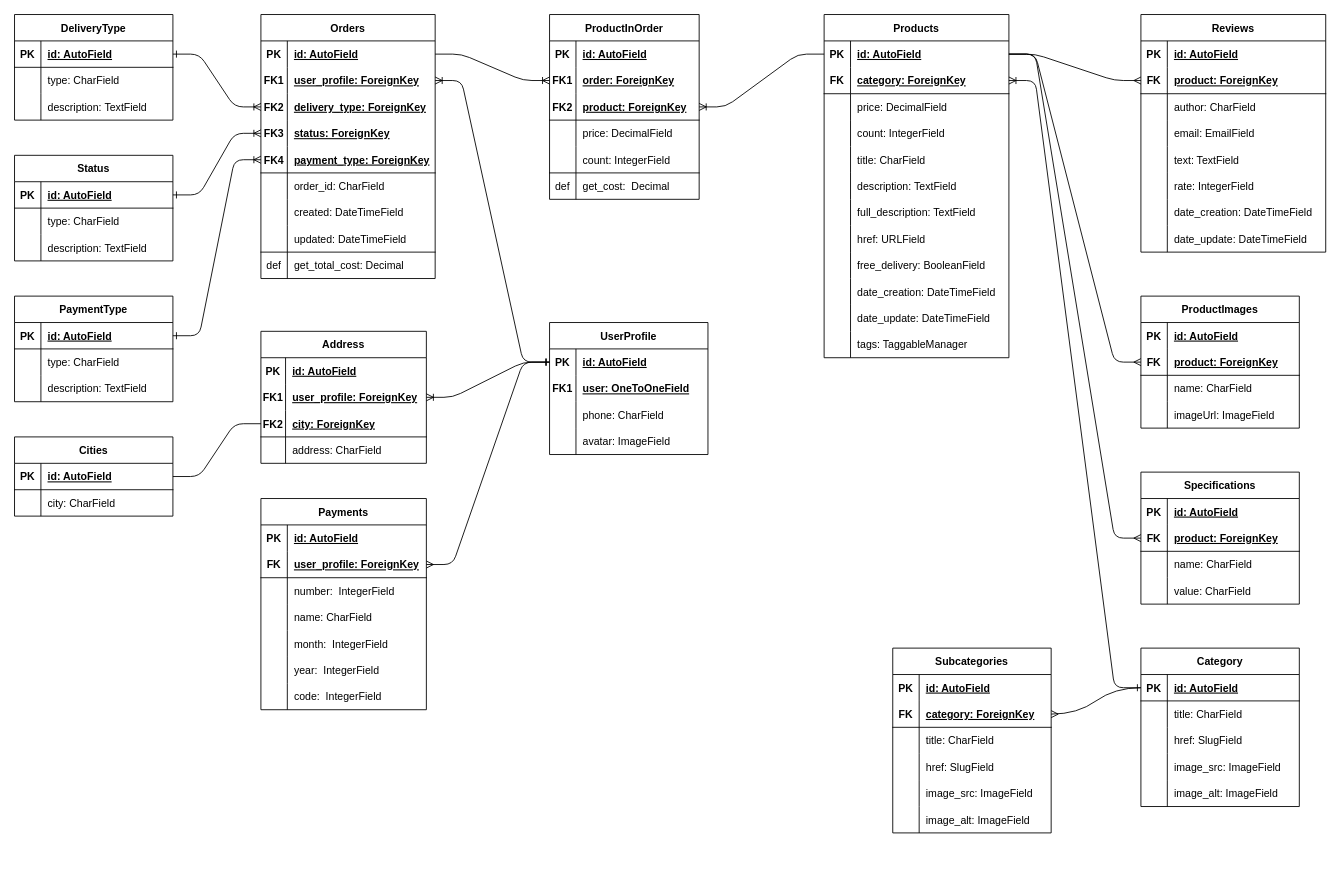
Earlier version of the draw.io diagram diploma_backend/Структура/структура БД.drawio (AlexMuller45/Django_REST_API_for_Shop). Source tidied: cells renumbered, new cells numbered last; positions are measured from the earlier drawing's top-left corner, leaving out a move shared by most shapes. Both pictures are drawn from the tidied source at 88%, with x=0, y=0 at pixel (14, 14).
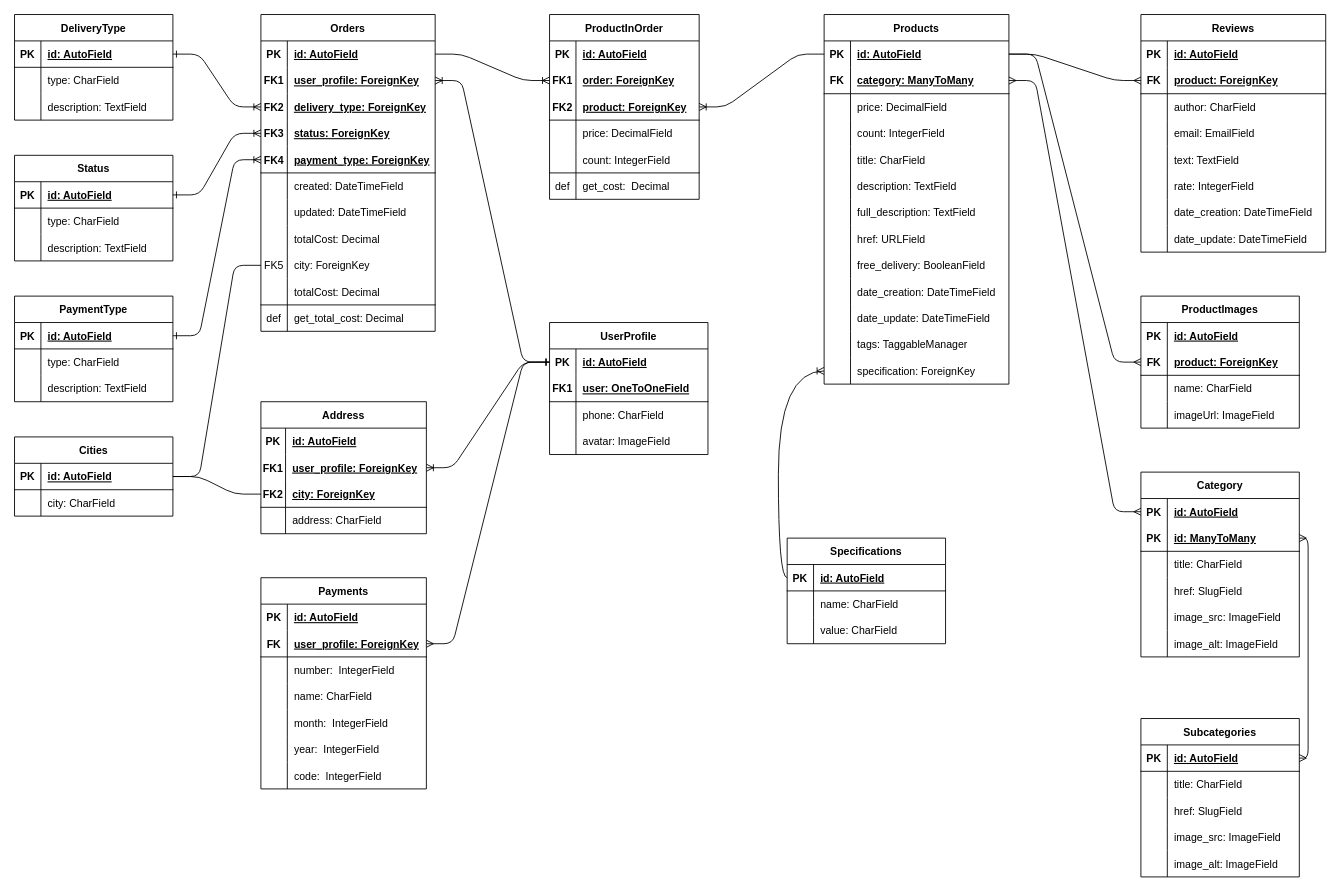
Above is the later version.

The change refers to these unchanged cells:
```xml
<mxCell id="38" style="shape=tableRow;horizontal=0;startSize=0;swimlaneHead=0;swimlaneBody=0;fillColor=none;points=[[0,0.5],[1,0.5]];portConstraint=eastwest;top=0;left=0;right=0;bottom=0;rounded=0;" parent="37" vertex="1">
  <mxGeometry y="30" width="210" height="30" as="geometry" />
</mxCell>
<mxCell id="41" style="shape=tableRow;horizontal=0;startSize=0;swimlaneHead=0;swimlaneBody=0;fillColor=none;points=[[0,0.5],[1,0.5]];portConstraint=eastwest;top=0;left=0;right=0;bottom=1;rounded=0;" parent="37" vertex="1">
  <mxGeometry y="60" width="210" height="30" as="geometry" />
</mxCell>
<mxCell id="212" value="UserProfile" style="shape=table;startSize=30;childLayout=tableLayout;rowLines=0;fontStyle=1;align=center;" parent="1" vertex="1">
  <mxGeometry x="608" y="350" width="180" height="150" as="geometry" />
</mxCell>
<mxCell id="241" style="shape=tableRow;horizontal=0;startSize=0;swimlaneHead=0;swimlaneBody=0;fillColor=none;points=[[0,0.5],[1,0.5]];portConstraint=eastwest;top=0;left=0;right=0;bottom=1;" parent="240" vertex="1">
  <mxGeometry y="30" width="180" height="30" as="geometry" />
</mxCell>
```

Diff of the diagram source:
```diff
@@
     <mxCell id="2" value="Category" style="shape=table;startSize=30;childLayout=tableLayout;rowLines=0;fontStyle=1;align=center;rounded=0;" parent="1" vertex="1">
-      <mxGeometry x="1280" y="720" width="180" height="180" as="geometry" />
+      <mxGeometry x="1280" y="520" width="180" height="210" as="geometry" />
     </mxCell>
-    <mxCell id="3" style="shape=tableRow;horizontal=0;startSize=0;swimlaneHead=0;swimlaneBody=0;fillColor=none;points=[[0,0.5],[1,0.5]];portConstraint=eastwest;top=0;left=0;right=0;bottom=1;rounded=0;" parent="2" vertex="1">
+    <mxCell id="3" style="shape=tableRow;horizontal=0;startSize=0;swimlaneHead=0;swimlaneBody=0;fillColor=none;points=[[0,0.5],[1,0.5]];portConstraint=eastwest;top=0;left=0;right=0;bottom=0;rounded=0;" parent="2" vertex="1">
       <mxGeometry y="30" width="180" height="30" as="geometry" />
     </mxCell>
@@
+    <mxCell id="22" style="shape=tableRow;horizontal=0;startSize=0;swimlaneHead=0;swimlaneBody=0;fillColor=none;points=[[0,0.5],[1,0.5]];portConstraint=eastwest;top=0;left=0;right=0;bottom=1;rounded=0;" parent="2" vertex="1">
+      <mxGeometry y="60" width="180" height="30" as="geometry" />
+    </mxCell>
+    <mxCell id="271" value="PK" style="shape=partialRectangle;fillColor=none;top=0;left=0;bottom=0;right=0;fontStyle=1;overflow=hidden;rounded=0;" parent="22" vertex="1">
+      <mxGeometry width="30" height="30" as="geometry" />
+    </mxCell>
+    <mxCell id="272" value="id: ManyToMany" style="shape=partialRectangle;fillColor=none;top=0;left=0;bottom=0;right=0;align=left;spacingLeft=6;fontStyle=5;overflow=hidden;rounded=0;" parent="22" vertex="1">
+      <mxGeometry x="30" width="150" height="30" as="geometry" />
+    </mxCell>
     <mxCell id="6" style="shape=tableRow;horizontal=0;startSize=0;swimlaneHead=0;swimlaneBody=0;fillColor=none;top=0;left=0;right=0;bottom=0;rounded=0;" parent="2" vertex="1">
-      <mxGeometry y="60" width="180" height="30" as="geometry" />
+      <mxGeometry y="90" width="180" height="30" as="geometry" />
     </mxCell>
@@
     <mxCell id="9" style="shape=tableRow;horizontal=0;startSize=0;swimlaneHead=0;swimlaneBody=0;fillColor=none;top=0;left=0;right=0;bottom=0;rounded=0;" parent="2" vertex="1">
-      <mxGeometry y="90" width="180" height="30" as="geometry" />
+      <mxGeometry y="120" width="180" height="30" as="geometry" />
     </mxCell>
@@
     <mxCell id="12" style="shape=tableRow;horizontal=0;startSize=0;swimlaneHead=0;swimlaneBody=0;fillColor=none;top=0;left=0;right=0;bottom=0;rounded=0;" parent="2" vertex="1">
-      <mxGeometry y="120" width="180" height="30" as="geometry" />
+      <mxGeometry y="150" width="180" height="30" as="geometry" />
     </mxCell>
@@
     <mxCell id="15" style="shape=tableRow;horizontal=0;startSize=0;swimlaneHead=0;swimlaneBody=0;fillColor=none;top=0;left=0;right=0;bottom=0;rounded=0;" parent="2" vertex="1">
-      <mxGeometry y="150" width="180" height="30" as="geometry" />
+      <mxGeometry y="180" width="180" height="30" as="geometry" />
     </mxCell>
@@
     <mxCell id="18" value="Subcategories" style="shape=table;startSize=30;childLayout=tableLayout;rowLines=0;fontStyle=1;align=center;rounded=0;" parent="1" vertex="1">
-      <mxGeometry x="998" y="720" width="180" height="210" as="geometry" />
+      <mxGeometry x="1280" y="800" width="180" height="180" as="geometry" />
     </mxCell>
-    <mxCell id="19" style="shape=tableRow;horizontal=0;startSize=0;swimlaneHead=0;swimlaneBody=0;fillColor=none;points=[[0,0.5],[1,0.5]];portConstraint=eastwest;top=0;left=0;right=0;bottom=0;rounded=0;" parent="18" vertex="1">
+    <mxCell id="19" style="shape=tableRow;horizontal=0;startSize=0;swimlaneHead=0;swimlaneBody=0;fillColor=none;points=[[0,0.5],[1,0.5]];portConstraint=eastwest;top=0;left=0;right=0;bottom=1;rounded=0;" parent="18" vertex="1">
       <mxGeometry y="30" width="180" height="30" as="geometry" />
     </mxCell>
@@
-    <mxCell id="22" style="shape=tableRow;horizontal=0;startSize=0;swimlaneHead=0;swimlaneBody=0;fillColor=none;points=[[0,0.5],[1,0.5]];portConstraint=eastwest;top=0;left=0;right=0;bottom=1;rounded=0;" parent="18" vertex="1">
-      <mxGeometry y="60" width="180" height="30" as="geometry" />
-    </mxCell>
-    <mxCell id="23" value="FK" style="shape=partialRectangle;fillColor=none;top=0;left=0;bottom=0;right=0;fontStyle=1;overflow=hidden;rounded=0;" parent="22" vertex="1">
-      <mxGeometry width="30" height="30" as="geometry" />
-    </mxCell>
-    <mxCell id="24" value="category: ForeignKey" style="shape=partialRectangle;fillColor=none;top=0;left=0;bottom=0;right=0;align=left;spacingLeft=6;fontStyle=5;overflow=hidden;rounded=0;" parent="22" vertex="1">
-      <mxGeometry x="30" width="150" height="30" as="geometry" />
-    </mxCell>
     <mxCell id="25" style="shape=tableRow;horizontal=0;startSize=0;swimlaneHead=0;swimlaneBody=0;fillColor=none;top=0;left=0;right=0;bottom=0;rounded=0;" parent="18" vertex="1">
-      <mxGeometry y="90" width="180" height="30" as="geometry" />
+      <mxGeometry y="60" width="180" height="30" as="geometry" />
     </mxCell>
@@
     <mxCell id="28" style="shape=tableRow;horizontal=0;startSize=0;swimlaneHead=0;swimlaneBody=0;fillColor=none;top=0;left=0;right=0;bottom=0;rounded=0;" parent="18" vertex="1">
-      <mxGeometry y="120" width="180" height="30" as="geometry" />
+      <mxGeometry y="90" width="180" height="30" as="geometry" />
     </mxCell>
@@
     <mxCell id="31" style="shape=tableRow;horizontal=0;startSize=0;swimlaneHead=0;swimlaneBody=0;fillColor=none;top=0;left=0;right=0;bottom=0;rounded=0;" parent="18" vertex="1">
-      <mxGeometry y="150" width="180" height="30" as="geometry" />
+      <mxGeometry y="120" width="180" height="30" as="geometry" />
     </mxCell>
@@
     <mxCell id="34" style="shape=tableRow;horizontal=0;startSize=0;swimlaneHead=0;swimlaneBody=0;fillColor=none;top=0;left=0;right=0;bottom=0;rounded=0;" parent="18" vertex="1">
-      <mxGeometry y="180" width="180" height="30" as="geometry" />
+      <mxGeometry y="150" width="180" height="30" as="geometry" />
     </mxCell>
@@
     <mxCell id="37" value="Products" style="shape=table;startSize=30;childLayout=tableLayout;rowLines=0;fontStyle=1;align=center;rounded=0;" parent="1" vertex="1">
-      <mxGeometry x="920" width="210" height="390" as="geometry" />
+      <mxGeometry x="920" width="210" height="420" as="geometry" />
     </mxCell>
@@
-    <mxCell id="43" value="category: ForeignKey" style="shape=partialRectangle;fillColor=none;top=0;left=0;bottom=0;right=0;align=left;spacingLeft=6;fontStyle=5;overflow=hidden;rounded=0;" parent="41" vertex="1">
+    <mxCell id="43" value="category: ManyToMany" style="shape=partialRectangle;fillColor=none;top=0;left=0;bottom=0;right=0;align=left;spacingLeft=6;fontStyle=5;overflow=hidden;rounded=0;" parent="41" vertex="1">
       <mxGeometry x="30" width="180" height="30" as="geometry" />
     </mxCell>
@@
+    <mxCell id="273" style="shape=tableRow;horizontal=0;startSize=0;swimlaneHead=0;swimlaneBody=0;fillColor=none;points=[[0,0.5],[1,0.5]];portConstraint=eastwest;top=0;left=0;right=0;bottom=0;rounded=0;" parent="37" vertex="1">
+      <mxGeometry y="390" width="210" height="30" as="geometry" />
+    </mxCell>
+    <mxCell id="274" style="shape=partialRectangle;fillColor=none;top=0;left=0;bottom=0;right=0;overflow=hidden;rounded=0;" parent="273" vertex="1">
+      <mxGeometry width="30" height="30" as="geometry" />
+    </mxCell>
+    <mxCell id="275" value="specification: ForeignKey" style="shape=partialRectangle;fillColor=none;top=0;left=0;bottom=0;right=0;align=left;spacingLeft=6;overflow=hidden;rounded=0;" parent="273" vertex="1">
+      <mxGeometry x="30" width="180" height="30" as="geometry" />
+    </mxCell>
-    <mxCell id="74" style="edgeStyle=entityRelationEdgeStyle;fontSize=12;html=1;endArrow=ERoneToMany;entryX=1;entryY=0.5;entryDx=0;entryDy=0;exitX=0;exitY=0.5;exitDx=0;exitDy=0;rounded=1;startArrow=ERone;startFill=0;" parent="1" edge="1" source="3" target="41">
+    <mxCell id="74" style="edgeStyle=entityRelationEdgeStyle;fontSize=12;html=1;endArrow=ERmany;entryX=1;entryY=0.5;entryDx=0;entryDy=0;exitX=0;exitY=0.5;exitDx=0;exitDy=0;rounded=1;startArrow=ERmany;startFill=0;endFill=0;elbow=vertical;" parent="1" edge="1" source="3" target="41">
       <mxGeometry relative="1" as="geometry" />
     </mxCell>
-    <mxCell id="75" style="edgeStyle=entityRelationEdgeStyle;fontSize=12;html=1;endArrow=ERmany;entryX=1;entryY=0.5;entryDx=0;entryDy=0;exitX=0;exitY=0.5;exitDx=0;exitDy=0;curved=1;endFill=0;" parent="1" edge="1" source="3" target="22">
+    <mxCell id="75" style="fontSize=12;html=1;endArrow=ERmany;endFill=0;exitX=1;exitY=0.5;exitDx=0;exitDy=0;edgeStyle=orthogonalEdgeStyle;entryX=1;entryY=0.5;entryDx=0;entryDy=0;startArrow=ERmany;startFill=0;" parent="1" edge="1" source="22" target="19">
       <mxGeometry relative="1" as="geometry" />
     </mxCell>
@@
     <mxCell id="90" value="Specifications" style="shape=table;startSize=30;childLayout=tableLayout;rowLines=0;fontStyle=1;align=center;" parent="1" vertex="1">
-      <mxGeometry x="1280" y="520" width="180" height="150" as="geometry" />
+      <mxGeometry x="878" y="595" width="180" height="120" as="geometry" />
     </mxCell>
-    <mxCell id="91" style="shape=tableRow;horizontal=0;startSize=0;swimlaneHead=0;swimlaneBody=0;fillColor=none;points=[[0,0.5],[1,0.5]];portConstraint=eastwest;top=0;left=0;right=0;bottom=0;" parent="90" vertex="1">
+    <mxCell id="91" style="shape=tableRow;horizontal=0;startSize=0;swimlaneHead=0;swimlaneBody=0;fillColor=none;points=[[0,0.5],[1,0.5]];portConstraint=eastwest;top=0;left=0;right=0;bottom=1;" parent="90" vertex="1">
       <mxGeometry y="30" width="180" height="30" as="geometry" />
     </mxCell>
@@
-    <mxCell id="94" style="shape=tableRow;horizontal=0;startSize=0;swimlaneHead=0;swimlaneBody=0;fillColor=none;top=0;left=0;right=0;bottom=1;" parent="90" vertex="1">
-      <mxGeometry y="60" width="180" height="30" as="geometry" />
-    </mxCell>
-    <mxCell id="95" value="FK" style="shape=partialRectangle;fillColor=none;top=0;left=0;bottom=0;right=0;fontStyle=1;overflow=hidden;" parent="94" vertex="1">
-      <mxGeometry width="30" height="30" as="geometry" />
-    </mxCell>
-    <mxCell id="96" value="product: ForeignKey" style="shape=partialRectangle;fillColor=none;top=0;left=0;bottom=0;right=0;align=left;spacingLeft=6;fontStyle=5;overflow=hidden;" parent="94" vertex="1">
-      <mxGeometry x="30" width="150" height="30" as="geometry" />
-    </mxCell>
     <mxCell id="97" style="shape=tableRow;horizontal=0;startSize=0;swimlaneHead=0;swimlaneBody=0;fillColor=none;top=0;left=0;right=0;bottom=0;" parent="90" vertex="1">
-      <mxGeometry y="90" width="180" height="30" as="geometry" />
+      <mxGeometry y="60" width="180" height="30" as="geometry" />
     </mxCell>
@@
     <mxCell id="100" style="shape=tableRow;horizontal=0;startSize=0;swimlaneHead=0;swimlaneBody=0;fillColor=none;top=0;left=0;right=0;bottom=0;" parent="90" vertex="1">
-      <mxGeometry y="120" width="180" height="30" as="geometry" />
+      <mxGeometry y="90" width="180" height="30" as="geometry" />
     </mxCell>
@@
-    <mxCell id="103" style="edgeStyle=entityRelationEdgeStyle;fontSize=12;html=1;endArrow=ERmany;exitX=1;exitY=0.5;exitDx=0;exitDy=0;rounded=1;endFill=0;" parent="1" edge="1" source="38">
-      <mxGeometry relative="1" as="geometry">
-        <mxPoint x="1280" y="595" as="targetPoint" />
-      </mxGeometry>
-    </mxCell>
@@
     <mxCell id="150" value="Orders" style="shape=table;startSize=30;childLayout=tableLayout;rowLines=0;fontStyle=1;align=center;" parent="1" vertex="1">
-      <mxGeometry x="280" width="198" height="300" as="geometry" />
+      <mxGeometry x="280" width="198" height="360" as="geometry" />
     </mxCell>
@@
-    <mxCell id="166" style="shape=tableRow;horizontal=0;startSize=0;swimlaneHead=0;swimlaneBody=0;fillColor=none;top=0;left=0;right=0;bottom=0;" parent="150" vertex="1">
-      <mxGeometry y="180" width="198" height="30" as="geometry" />
-    </mxCell>
-    <mxCell id="167" style="shape=partialRectangle;fillColor=none;top=0;left=0;bottom=0;right=0;overflow=hidden;" parent="166" vertex="1">
-      <mxGeometry width="30" height="30" as="geometry" />
-    </mxCell>
-    <mxCell id="168" value="order_id: CharField" style="shape=partialRectangle;fillColor=none;top=0;left=0;bottom=0;right=0;align=left;spacingLeft=6;overflow=hidden;" parent="166" vertex="1">
-      <mxGeometry x="30" width="168" height="30" as="geometry" />
-    </mxCell>
     <mxCell id="169" style="shape=tableRow;horizontal=0;startSize=0;swimlaneHead=0;swimlaneBody=0;fillColor=none;top=0;left=0;right=0;bottom=0;" parent="150" vertex="1">
-      <mxGeometry y="210" width="198" height="30" as="geometry" />
+      <mxGeometry y="180" width="198" height="30" as="geometry" />
     </mxCell>
@@
-    <mxCell id="172" style="shape=tableRow;horizontal=0;startSize=0;swimlaneHead=0;swimlaneBody=0;fillColor=none;top=0;left=0;right=0;bottom=1;" parent="150" vertex="1">
-      <mxGeometry y="240" width="198" height="30" as="geometry" />
+    <mxCell id="172" style="shape=tableRow;horizontal=0;startSize=0;swimlaneHead=0;swimlaneBody=0;fillColor=none;top=0;left=0;right=0;bottom=0;" parent="150" vertex="1">
+      <mxGeometry y="210" width="198" height="30" as="geometry" />
     </mxCell>
@@
+    <mxCell id="276" style="shape=tableRow;horizontal=0;startSize=0;swimlaneHead=0;swimlaneBody=0;fillColor=none;top=0;left=0;right=0;bottom=0;" parent="150" vertex="1">
+      <mxGeometry y="240" width="198" height="30" as="geometry" />
+    </mxCell>
+    <mxCell id="277" style="shape=partialRectangle;fillColor=none;top=0;left=0;bottom=0;right=0;overflow=hidden;" parent="276" vertex="1">
+      <mxGeometry width="30" height="30" as="geometry" />
+    </mxCell>
+    <mxCell id="278" value="totalCost: Decimal " style="shape=partialRectangle;fillColor=none;top=0;left=0;bottom=0;right=0;align=left;spacingLeft=6;overflow=hidden;" parent="276" vertex="1">
+      <mxGeometry x="30" width="168" height="30" as="geometry" />
+    </mxCell>
+    <mxCell id="279" style="shape=tableRow;horizontal=0;startSize=0;swimlaneHead=0;swimlaneBody=0;fillColor=none;points=[[0,0.5],[1,0.5]];portConstraint=eastwest;top=0;left=0;right=0;bottom=0;" parent="150" vertex="1">
+      <mxGeometry y="270" width="198" height="30" as="geometry" />
+    </mxCell>
+    <mxCell id="280" value="FK5" style="shape=partialRectangle;fillColor=none;top=0;left=0;bottom=0;right=0;overflow=hidden;" parent="279" vertex="1">
+      <mxGeometry width="30" height="30" as="geometry" />
+    </mxCell>
+    <mxCell id="281" value="city: ForeignKey" style="shape=partialRectangle;fillColor=none;top=0;left=0;bottom=0;right=0;align=left;spacingLeft=6;overflow=hidden;" parent="279" vertex="1">
+      <mxGeometry x="30" width="168" height="30" as="geometry" />
+    </mxCell>
+    <mxCell id="282" style="shape=tableRow;horizontal=0;startSize=0;swimlaneHead=0;swimlaneBody=0;fillColor=none;top=0;left=0;right=0;bottom=1;" parent="150" vertex="1">
+      <mxGeometry y="300" width="198" height="30" as="geometry" />
+    </mxCell>
+    <mxCell id="283" style="shape=partialRectangle;fillColor=none;top=0;left=0;bottom=0;right=0;overflow=hidden;" parent="282" vertex="1">
+      <mxGeometry width="30" height="30" as="geometry" />
+    </mxCell>
+    <mxCell id="284" value="totalCost: Decimal " style="shape=partialRectangle;fillColor=none;top=0;left=0;bottom=0;right=0;align=left;spacingLeft=6;overflow=hidden;" parent="282" vertex="1">
+      <mxGeometry x="30" width="168" height="30" as="geometry" />
+    </mxCell>
     <mxCell id="175" style="shape=tableRow;horizontal=0;startSize=0;swimlaneHead=0;swimlaneBody=0;fillColor=none;top=0;left=0;right=0;bottom=0;" parent="150" vertex="1">
-      <mxGeometry y="270" width="198" height="30" as="geometry" />
+      <mxGeometry y="330" width="198" height="30" as="geometry" />
     </mxCell>
@@
-    <mxCell id="216" style="shape=tableRow;horizontal=0;startSize=0;swimlaneHead=0;swimlaneBody=0;fillColor=none;top=0;left=0;right=0;bottom=0;" parent="212" vertex="1">
+    <mxCell id="216" style="shape=tableRow;horizontal=0;startSize=0;swimlaneHead=0;swimlaneBody=0;fillColor=none;top=0;left=0;right=0;bottom=1;" parent="212" vertex="1">
       <mxGeometry y="60" width="180" height="30" as="geometry" />
     </mxCell>
@@
     <mxCell id="226" value="Address" style="shape=table;startSize=30;childLayout=tableLayout;rowLines=0;fontStyle=1;align=center;" parent="1" vertex="1">
-      <mxGeometry x="280" y="360" width="188" height="150" as="geometry" />
+      <mxGeometry x="280" y="440" width="188" height="150" as="geometry" />
     </mxCell>
@@
     <mxCell id="248" value="Payments" style="shape=table;startSize=30;childLayout=tableLayout;rowLines=0;fontStyle=1;align=center;" parent="1" vertex="1">
-      <mxGeometry x="280" y="550" width="188" height="240" as="geometry" />
+      <mxGeometry x="280" y="640" width="188" height="240" as="geometry" />
     </mxCell>
@@
+    <mxCell id="285" style="edgeStyle=orthogonalEdgeStyle;fontSize=12;html=1;endArrow=ERoneToMany;rounded=0;elbow=vertical;entryX=0;entryY=0.5;entryDx=0;entryDy=0;exitX=0;exitY=0.5;exitDx=0;exitDy=0;curved=1;" parent="1" edge="1" source="91" target="273">
+      <mxGeometry relative="1" as="geometry" />
+    </mxCell>
+    <mxCell id="286" style="edgeStyle=entityRelationEdgeStyle;rounded=1;sketch=0;jettySize=auto;html=1;entryX=0;entryY=0.5;entryDx=0;entryDy=0;startArrow=none;startFill=0;endArrow=none;endFill=0;elbow=vertical;" parent="1" edge="1" source="241" target="279">
+      <mxGeometry relative="1" as="geometry" />
+    </mxCell>
```
